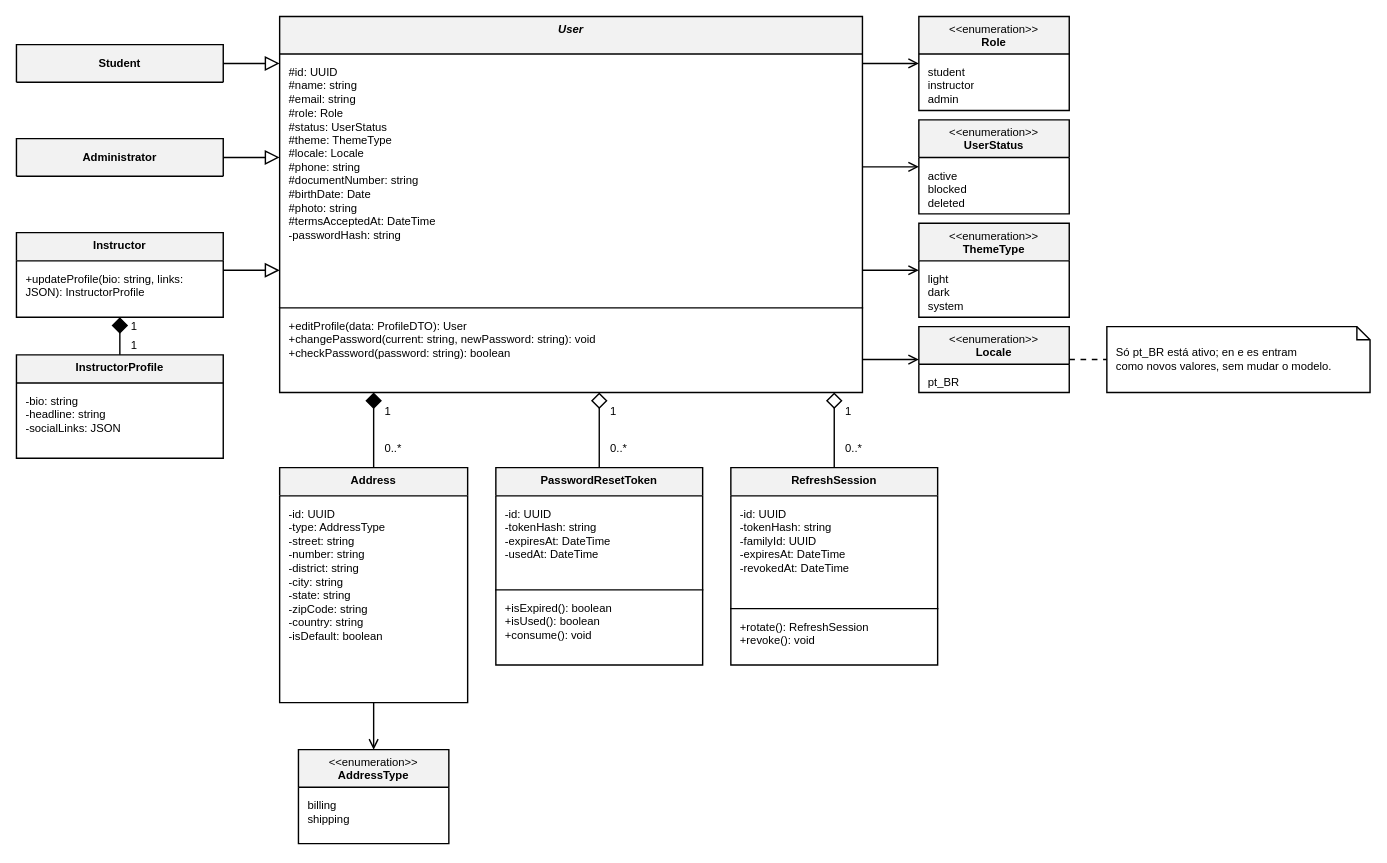
The draw.io diagram especificacao/diagramas/13-classes-area-a-negocial.drawio in Plataforma-de-Cursos-TCC/plataforma-cursos-docs, before the edit. Source tidied: cells renumbered, new cells numbered last; positions are measured from the earlier drawing's top-left corner, leaving out a move shared by most shapes. Both pictures are drawn from the tidied source at 94%, with x=0, y=0 at pixel (16, 16).
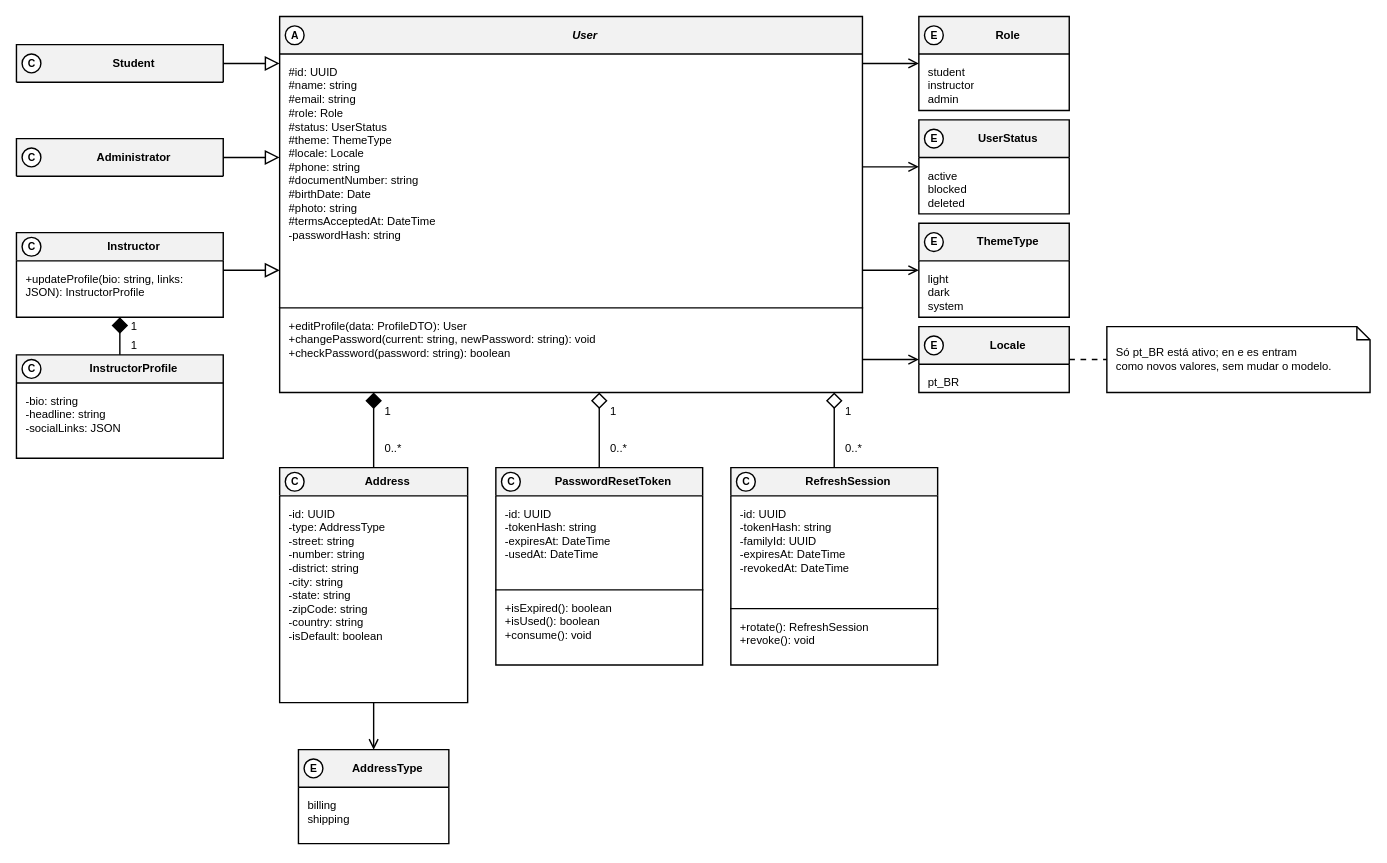
After the change.

Commit message (it also covers changes not shown here):
docs(classes): mark the element type with a circled letter in class diagrams

The edit, as a diff of the source:
```diff
@@
-    <mxCell id="2" value="&lt;b&gt;Student&lt;/b&gt;" style="swimlane;fontStyle=0;align=center;verticalAlign=middle;horizontal=1;startSize=40;html=1;whiteSpace=wrap;fontFamily=Helvetica;fontSize=12;fillColor=#F2F2F2;swimlaneFillColor=#F2F2F2;strokeColor=#000000;strokeWidth=1.5;fontColor=#000000;" parent="1" vertex="1">
+    <mxCell id="2" value="&lt;b&gt;Student&lt;/b&gt;" style="swimlane;fontStyle=0;align=center;verticalAlign=middle;horizontal=1;startSize=40;html=1;whiteSpace=wrap;fontFamily=Helvetica;fontSize=12;fillColor=#F2F2F2;swimlaneFillColor=#F2F2F2;strokeColor=#000000;strokeWidth=1.5;fontColor=#000000;spacingLeft=30;" parent="1" vertex="1">
       <mxGeometry y="30" width="220" height="40" as="geometry" />
     </mxCell>
-    <mxCell id="3" value="&lt;b&gt;Administrator&lt;/b&gt;" style="swimlane;fontStyle=0;align=center;verticalAlign=middle;horizontal=1;startSize=40;html=1;whiteSpace=wrap;fontFamily=Helvetica;fontSize=12;fillColor=#F2F2F2;swimlaneFillColor=#F2F2F2;strokeColor=#000000;strokeWidth=1.5;fontColor=#000000;" parent="1" vertex="1">
+    <mxCell id="3" value="&lt;b&gt;Administrator&lt;/b&gt;" style="swimlane;fontStyle=0;align=center;verticalAlign=middle;horizontal=1;startSize=40;html=1;whiteSpace=wrap;fontFamily=Helvetica;fontSize=12;fillColor=#F2F2F2;swimlaneFillColor=#F2F2F2;strokeColor=#000000;strokeWidth=1.5;fontColor=#000000;spacingLeft=30;" parent="1" vertex="1">
       <mxGeometry y="130" width="220" height="40" as="geometry" />
     </mxCell>
-    <mxCell id="4" value="&lt;b&gt;Instructor&lt;/b&gt;" style="swimlane;fontStyle=0;align=center;verticalAlign=top;horizontal=1;startSize=30;html=1;whiteSpace=wrap;fontFamily=Helvetica;fontSize=12;fillColor=#F2F2F2;swimlaneFillColor=#FFFFFF;strokeColor=#000000;strokeWidth=1.5;fontColor=#000000;" parent="1" vertex="1">
+    <mxCell id="4" value="&lt;b&gt;Instructor&lt;/b&gt;" style="swimlane;fontStyle=0;align=center;verticalAlign=middle;horizontal=1;startSize=30;html=1;whiteSpace=wrap;fontFamily=Helvetica;fontSize=12;fillColor=#F2F2F2;swimlaneFillColor=#FFFFFF;strokeColor=#000000;strokeWidth=1.5;fontColor=#000000;spacingLeft=30;" parent="1" vertex="1">
       <mxGeometry y="230" width="220" height="90" as="geometry" />
     </mxCell>
@@
-    <mxCell id="6" value="&lt;b&gt;InstructorProfile&lt;/b&gt;" style="swimlane;fontStyle=0;align=center;verticalAlign=top;horizontal=1;startSize=30;html=1;whiteSpace=wrap;fontFamily=Helvetica;fontSize=12;fillColor=#F2F2F2;swimlaneFillColor=#FFFFFF;strokeColor=#000000;strokeWidth=1.5;fontColor=#000000;" parent="1" vertex="1">
+    <mxCell id="6" value="&lt;b&gt;InstructorProfile&lt;/b&gt;" style="swimlane;fontStyle=0;align=center;verticalAlign=middle;horizontal=1;startSize=30;html=1;whiteSpace=wrap;fontFamily=Helvetica;fontSize=12;fillColor=#F2F2F2;swimlaneFillColor=#FFFFFF;strokeColor=#000000;strokeWidth=1.5;fontColor=#000000;spacingLeft=30;" parent="1" vertex="1">
       <mxGeometry y="360" width="220" height="110" as="geometry" />
     </mxCell>
@@
-    <mxCell id="8" value="&lt;i&gt;&lt;b&gt;User&lt;/b&gt;&lt;/i&gt;" style="swimlane;fontStyle=3;align=center;verticalAlign=top;horizontal=1;startSize=40;html=1;whiteSpace=wrap;fontFamily=Helvetica;fontSize=12;fillColor=#F2F2F2;swimlaneFillColor=#FFFFFF;strokeColor=#000000;strokeWidth=1.5;fontColor=#000000;" parent="1" vertex="1">
+    <mxCell id="8" value="&lt;i&gt;&lt;b&gt;User&lt;/b&gt;&lt;/i&gt;" style="swimlane;fontStyle=3;align=center;verticalAlign=middle;horizontal=1;startSize=40;html=1;whiteSpace=wrap;fontFamily=Helvetica;fontSize=12;fillColor=#F2F2F2;swimlaneFillColor=#FFFFFF;strokeColor=#000000;strokeWidth=1.5;fontColor=#000000;spacingLeft=30;" parent="1" vertex="1">
       <mxGeometry x="280" width="620" height="400" as="geometry" />
     </mxCell>
@@
-    <mxCell id="11" value="&amp;lt;&amp;lt;enumeration&amp;gt;&amp;gt;&lt;br&gt;&lt;b&gt;Role&lt;/b&gt;" style="swimlane;fontStyle=0;align=center;verticalAlign=top;horizontal=1;startSize=40;html=1;whiteSpace=wrap;fontFamily=Helvetica;fontSize=12;fillColor=#F2F2F2;swimlaneFillColor=#FFFFFF;strokeColor=#000000;strokeWidth=1.5;fontColor=#000000;" parent="1" vertex="1">
+    <mxCell id="11" value="&lt;b&gt;Role&lt;/b&gt;" style="swimlane;fontStyle=0;align=center;verticalAlign=middle;horizontal=1;startSize=40;html=1;whiteSpace=wrap;fontFamily=Helvetica;fontSize=12;fillColor=#F2F2F2;swimlaneFillColor=#FFFFFF;strokeColor=#000000;strokeWidth=1.5;fontColor=#000000;spacingLeft=30;" parent="1" vertex="1">
       <mxGeometry x="960" width="160" height="100" as="geometry" />
     </mxCell>
@@
-    <mxCell id="13" value="&amp;lt;&amp;lt;enumeration&amp;gt;&amp;gt;&lt;br&gt;&lt;b&gt;UserStatus&lt;/b&gt;" style="swimlane;fontStyle=0;align=center;verticalAlign=top;horizontal=1;startSize=40;html=1;whiteSpace=wrap;fontFamily=Helvetica;fontSize=12;fillColor=#F2F2F2;swimlaneFillColor=#FFFFFF;strokeColor=#000000;strokeWidth=1.5;fontColor=#000000;" parent="1" vertex="1">
+    <mxCell id="13" value="&lt;b&gt;UserStatus&lt;/b&gt;" style="swimlane;fontStyle=0;align=center;verticalAlign=middle;horizontal=1;startSize=40;html=1;whiteSpace=wrap;fontFamily=Helvetica;fontSize=12;fillColor=#F2F2F2;swimlaneFillColor=#FFFFFF;strokeColor=#000000;strokeWidth=1.5;fontColor=#000000;spacingLeft=30;" parent="1" vertex="1">
       <mxGeometry x="960" y="110" width="160" height="100" as="geometry" />
     </mxCell>
@@
-    <mxCell id="15" value="&amp;lt;&amp;lt;enumeration&amp;gt;&amp;gt;&lt;br&gt;&lt;b&gt;ThemeType&lt;/b&gt;" style="swimlane;fontStyle=0;align=center;verticalAlign=top;horizontal=1;startSize=40;html=1;whiteSpace=wrap;fontFamily=Helvetica;fontSize=12;fillColor=#F2F2F2;swimlaneFillColor=#FFFFFF;strokeColor=#000000;strokeWidth=1.5;fontColor=#000000;" parent="1" vertex="1">
+    <mxCell id="15" value="&lt;b&gt;ThemeType&lt;/b&gt;" style="swimlane;fontStyle=0;align=center;verticalAlign=middle;horizontal=1;startSize=40;html=1;whiteSpace=wrap;fontFamily=Helvetica;fontSize=12;fillColor=#F2F2F2;swimlaneFillColor=#FFFFFF;strokeColor=#000000;strokeWidth=1.5;fontColor=#000000;spacingLeft=30;" parent="1" vertex="1">
       <mxGeometry x="960" y="220" width="160" height="100" as="geometry" />
     </mxCell>
@@
-    <mxCell id="17" value="&amp;lt;&amp;lt;enumeration&amp;gt;&amp;gt;&lt;br&gt;&lt;b&gt;Locale&lt;/b&gt;" style="swimlane;fontStyle=0;align=center;verticalAlign=top;horizontal=1;startSize=40;html=1;whiteSpace=wrap;fontFamily=Helvetica;fontSize=12;fillColor=#F2F2F2;swimlaneFillColor=#FFFFFF;strokeColor=#000000;strokeWidth=1.5;fontColor=#000000;" parent="1" vertex="1">
+    <mxCell id="17" value="&lt;b&gt;Locale&lt;/b&gt;" style="swimlane;fontStyle=0;align=center;verticalAlign=middle;horizontal=1;startSize=40;html=1;whiteSpace=wrap;fontFamily=Helvetica;fontSize=12;fillColor=#F2F2F2;swimlaneFillColor=#FFFFFF;strokeColor=#000000;strokeWidth=1.5;fontColor=#000000;spacingLeft=30;" parent="1" vertex="1">
       <mxGeometry x="960" y="330" width="160" height="70" as="geometry" />
     </mxCell>
@@
-    <mxCell id="20" value="&lt;b&gt;Address&lt;/b&gt;" style="swimlane;fontStyle=0;align=center;verticalAlign=top;horizontal=1;startSize=30;html=1;whiteSpace=wrap;fontFamily=Helvetica;fontSize=12;fillColor=#F2F2F2;swimlaneFillColor=#FFFFFF;strokeColor=#000000;strokeWidth=1.5;fontColor=#000000;" parent="1" vertex="1">
+    <mxCell id="20" value="&lt;b&gt;Address&lt;/b&gt;" style="swimlane;fontStyle=0;align=center;verticalAlign=middle;horizontal=1;startSize=30;html=1;whiteSpace=wrap;fontFamily=Helvetica;fontSize=12;fillColor=#F2F2F2;swimlaneFillColor=#FFFFFF;strokeColor=#000000;strokeWidth=1.5;fontColor=#000000;spacingLeft=30;" parent="1" vertex="1">
       <mxGeometry x="280" y="480" width="200" height="250" as="geometry" />
     </mxCell>
@@
-    <mxCell id="22" value="&amp;lt;&amp;lt;enumeration&amp;gt;&amp;gt;&lt;br&gt;&lt;b&gt;AddressType&lt;/b&gt;" style="swimlane;fontStyle=0;align=center;verticalAlign=top;horizontal=1;startSize=40;html=1;whiteSpace=wrap;fontFamily=Helvetica;fontSize=12;fillColor=#F2F2F2;swimlaneFillColor=#FFFFFF;strokeColor=#000000;strokeWidth=1.5;fontColor=#000000;" parent="1" vertex="1">
+    <mxCell id="22" value="&lt;b&gt;AddressType&lt;/b&gt;" style="swimlane;fontStyle=0;align=center;verticalAlign=middle;horizontal=1;startSize=40;html=1;whiteSpace=wrap;fontFamily=Helvetica;fontSize=12;fillColor=#F2F2F2;swimlaneFillColor=#FFFFFF;strokeColor=#000000;strokeWidth=1.5;fontColor=#000000;spacingLeft=30;" parent="1" vertex="1">
       <mxGeometry x="300" y="780" width="160" height="100" as="geometry" />
     </mxCell>
@@
-    <mxCell id="24" value="&lt;b&gt;PasswordResetToken&lt;/b&gt;" style="swimlane;fontStyle=0;align=center;verticalAlign=top;horizontal=1;startSize=30;html=1;whiteSpace=wrap;fontFamily=Helvetica;fontSize=12;fillColor=#F2F2F2;swimlaneFillColor=#FFFFFF;strokeColor=#000000;strokeWidth=1.5;fontColor=#000000;" parent="1" vertex="1">
+    <mxCell id="24" value="&lt;b&gt;PasswordResetToken&lt;/b&gt;" style="swimlane;fontStyle=0;align=center;verticalAlign=middle;horizontal=1;startSize=30;html=1;whiteSpace=wrap;fontFamily=Helvetica;fontSize=12;fillColor=#F2F2F2;swimlaneFillColor=#FFFFFF;strokeColor=#000000;strokeWidth=1.5;fontColor=#000000;spacingLeft=30;" parent="1" vertex="1">
       <mxGeometry x="510" y="480" width="220" height="210" as="geometry" />
     </mxCell>
@@
-    <mxCell id="27" value="&lt;b&gt;RefreshSession&lt;/b&gt;" style="swimlane;fontStyle=0;align=center;verticalAlign=top;horizontal=1;startSize=30;html=1;whiteSpace=wrap;fontFamily=Helvetica;fontSize=12;fillColor=#F2F2F2;swimlaneFillColor=#FFFFFF;strokeColor=#000000;strokeWidth=1.5;fontColor=#000000;" parent="1" vertex="1">
+    <mxCell id="27" value="&lt;b&gt;RefreshSession&lt;/b&gt;" style="swimlane;fontStyle=0;align=center;verticalAlign=middle;horizontal=1;startSize=30;html=1;whiteSpace=wrap;fontFamily=Helvetica;fontSize=12;fillColor=#F2F2F2;swimlaneFillColor=#FFFFFF;strokeColor=#000000;strokeWidth=1.5;fontColor=#000000;spacingLeft=30;" parent="1" vertex="1">
       <mxGeometry x="760" y="480" width="220" height="210" as="geometry" />
     </mxCell>
@@
+    <mxCell id="51" value="C" style="ellipse;html=1;fillColor=#FFFFFF;strokeColor=#000000;strokeWidth=1.5;fontFamily=Helvetica;fontSize=11;fontStyle=1;fontColor=#000000;" parent="1" vertex="1">
+      <mxGeometry x="6" y="40" width="20" height="20" as="geometry" />
+    </mxCell>
+    <mxCell id="52" value="C" style="ellipse;html=1;fillColor=#FFFFFF;strokeColor=#000000;strokeWidth=1.5;fontFamily=Helvetica;fontSize=11;fontStyle=1;fontColor=#000000;" parent="1" vertex="1">
+      <mxGeometry x="6" y="140" width="20" height="20" as="geometry" />
+    </mxCell>
+    <mxCell id="53" value="C" style="ellipse;html=1;fillColor=#FFFFFF;strokeColor=#000000;strokeWidth=1.5;fontFamily=Helvetica;fontSize=11;fontStyle=1;fontColor=#000000;" parent="1" vertex="1">
+      <mxGeometry x="6" y="235" width="20" height="20" as="geometry" />
+    </mxCell>
+    <mxCell id="54" value="C" style="ellipse;html=1;fillColor=#FFFFFF;strokeColor=#000000;strokeWidth=1.5;fontFamily=Helvetica;fontSize=11;fontStyle=1;fontColor=#000000;" parent="1" vertex="1">
+      <mxGeometry x="6" y="365" width="20" height="20" as="geometry" />
+    </mxCell>
+    <mxCell id="55" value="A" style="ellipse;html=1;fillColor=#FFFFFF;strokeColor=#000000;strokeWidth=1.5;fontFamily=Helvetica;fontSize=11;fontStyle=1;fontColor=#000000;" parent="1" vertex="1">
+      <mxGeometry x="286" y="10" width="20" height="20" as="geometry" />
+    </mxCell>
+    <mxCell id="56" value="E" style="ellipse;html=1;fillColor=#FFFFFF;strokeColor=#000000;strokeWidth=1.5;fontFamily=Helvetica;fontSize=11;fontStyle=1;fontColor=#000000;" parent="1" vertex="1">
+      <mxGeometry x="966" y="10" width="20" height="20" as="geometry" />
+    </mxCell>
+    <mxCell id="57" value="E" style="ellipse;html=1;fillColor=#FFFFFF;strokeColor=#000000;strokeWidth=1.5;fontFamily=Helvetica;fontSize=11;fontStyle=1;fontColor=#000000;" parent="1" vertex="1">
+      <mxGeometry x="966" y="120" width="20" height="20" as="geometry" />
+    </mxCell>
+    <mxCell id="58" value="E" style="ellipse;html=1;fillColor=#FFFFFF;strokeColor=#000000;strokeWidth=1.5;fontFamily=Helvetica;fontSize=11;fontStyle=1;fontColor=#000000;" parent="1" vertex="1">
+      <mxGeometry x="966" y="230" width="20" height="20" as="geometry" />
+    </mxCell>
+    <mxCell id="59" value="E" style="ellipse;html=1;fillColor=#FFFFFF;strokeColor=#000000;strokeWidth=1.5;fontFamily=Helvetica;fontSize=11;fontStyle=1;fontColor=#000000;" parent="1" vertex="1">
+      <mxGeometry x="966" y="340" width="20" height="20" as="geometry" />
+    </mxCell>
+    <mxCell id="60" value="C" style="ellipse;html=1;fillColor=#FFFFFF;strokeColor=#000000;strokeWidth=1.5;fontFamily=Helvetica;fontSize=11;fontStyle=1;fontColor=#000000;" parent="1" vertex="1">
+      <mxGeometry x="286" y="485" width="20" height="20" as="geometry" />
+    </mxCell>
+    <mxCell id="61" value="E" style="ellipse;html=1;fillColor=#FFFFFF;strokeColor=#000000;strokeWidth=1.5;fontFamily=Helvetica;fontSize=11;fontStyle=1;fontColor=#000000;" parent="1" vertex="1">
+      <mxGeometry x="306" y="790" width="20" height="20" as="geometry" />
+    </mxCell>
+    <mxCell id="62" value="C" style="ellipse;html=1;fillColor=#FFFFFF;strokeColor=#000000;strokeWidth=1.5;fontFamily=Helvetica;fontSize=11;fontStyle=1;fontColor=#000000;" parent="1" vertex="1">
+      <mxGeometry x="516" y="485" width="20" height="20" as="geometry" />
+    </mxCell>
+    <mxCell id="63" value="C" style="ellipse;html=1;fillColor=#FFFFFF;strokeColor=#000000;strokeWidth=1.5;fontFamily=Helvetica;fontSize=11;fontStyle=1;fontColor=#000000;" parent="1" vertex="1">
+      <mxGeometry x="766" y="485" width="20" height="20" as="geometry" />
+    </mxCell>
```
